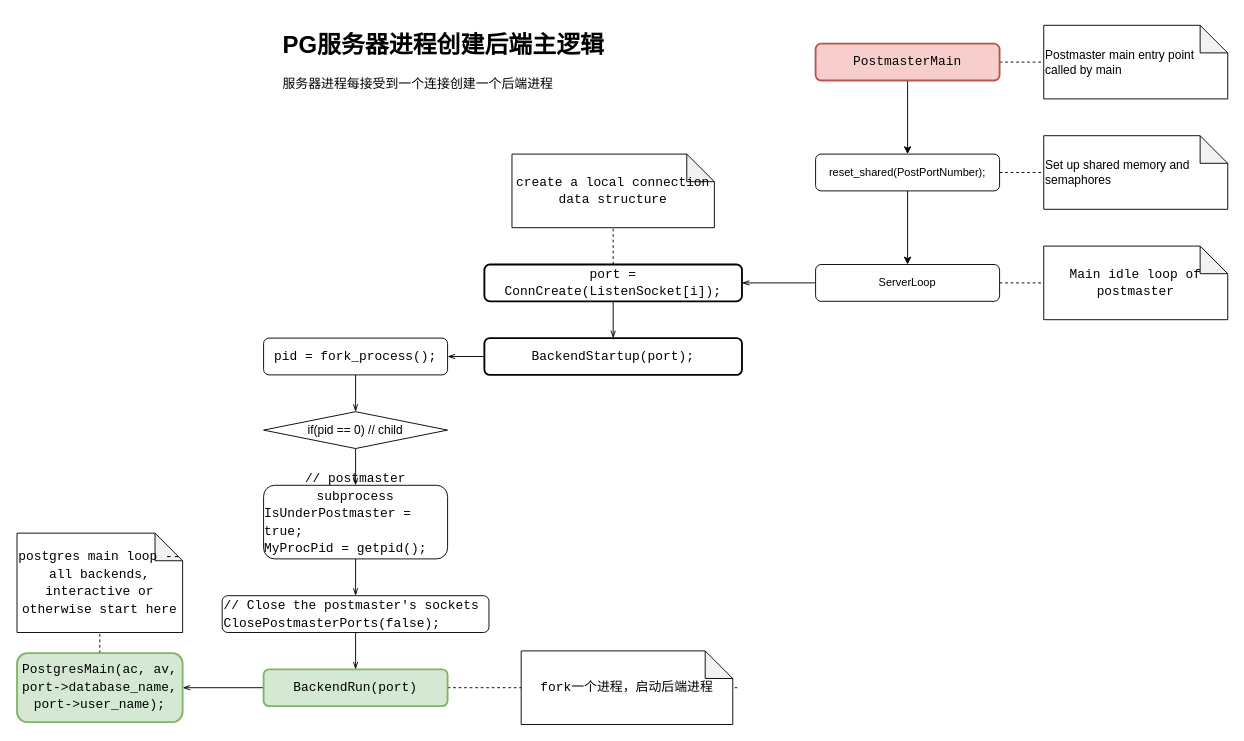
Before: page "PostGreSQL" (3 of 4) of Draw.io/DB.drawio in DepInjoy/geektime, a draw.io diagram. Source tidied: cells renumbered, new cells numbered last; positions are measured from the earlier drawing's top-left corner, leaving out a move shared by most shapes. Both pictures are drawn from the tidied source at 92%, with x=0, y=0 at pixel (17, 25).
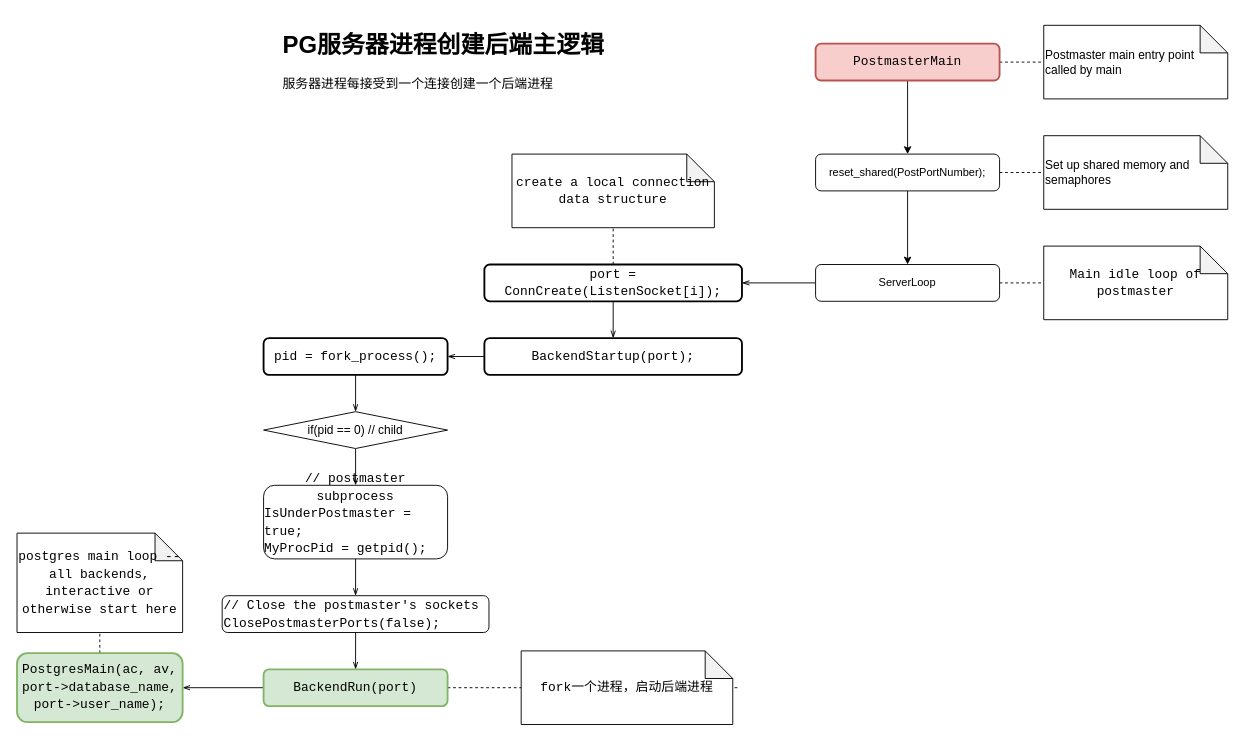
After the change.

Change to the diagram source:
```diff
@@
-    <mxCell id="21" value="&lt;div style=&quot;font-family: &amp;#34;consolas&amp;#34; , &amp;#34;courier new&amp;#34; , monospace ; font-size: 14px ; line-height: 19px&quot;&gt;pid = fork_process();&lt;/div&gt;" style="rounded=1;whiteSpace=wrap;html=1;labelBackgroundColor=none;fontSize=13;fontColor=#000000;" parent="1" vertex="1">
+    <mxCell id="21" value="&lt;div style=&quot;font-family: &amp;#34;consolas&amp;#34; , &amp;#34;courier new&amp;#34; , monospace ; font-size: 14px ; line-height: 19px&quot;&gt;pid = fork_process();&lt;/div&gt;" style="rounded=1;whiteSpace=wrap;html=1;labelBackgroundColor=none;fontSize=13;fontColor=#000000;strokeWidth=2;" parent="1" vertex="1">
       <mxGeometry x="268" y="340" width="200" height="40" as="geometry" />
     </mxCell>
```
